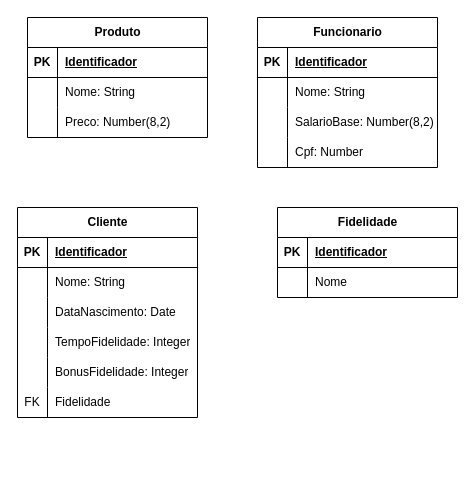
Before: exercicios/exerc.drawio in LarissaAsito/DevInHouseM2S06, a draw.io diagram. Source tidied: cells renumbered, new cells numbered last; positions are measured from the earlier drawing's top-left corner, leaving out a move shared by most shapes. Both pictures are drawn from the tidied source at 100%, with x=0, y=0 at pixel (17, 17).
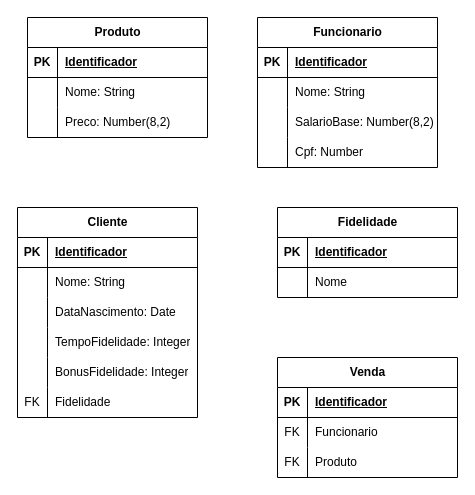
Above is the later version.

Commit message:
Modificando exercicio 4

The edit, as a diff of the source:
```diff
@@
+    <mxCell id="51" value="Venda" style="shape=table;startSize=30;childLayout=tableLayout;rowLines=0;fontStyle=1;align=center;html=1;" parent="1" vertex="1">
+      <mxGeometry x="260" y="340" width="180" height="120" as="geometry" />
+    </mxCell>
+    <mxCell id="52" style="shape=tableRow;horizontal=0;startSize=0;swimlaneHead=0;swimlaneBody=0;fillColor=none;top=0;left=0;right=0;bottom=1;" parent="51" vertex="1">
+      <mxGeometry y="30" width="180" height="30" as="geometry" />
+    </mxCell>
+    <mxCell id="53" value="PK" style="shape=partialRectangle;fillColor=none;top=0;left=0;bottom=0;right=0;fontStyle=1;overflow=hidden;whiteSpace=wrap;html=1;" parent="52" vertex="1">
+      <mxGeometry width="30" height="30" as="geometry" />
+    </mxCell>
+    <mxCell id="54" value="Identificador" style="shape=partialRectangle;fillColor=none;top=0;left=0;bottom=0;right=0;align=left;spacingLeft=6;fontStyle=5;overflow=hidden;whiteSpace=wrap;html=1;" parent="52" vertex="1">
+      <mxGeometry x="30" width="150" height="30" as="geometry" />
+    </mxCell>
+    <mxCell id="55" style="shape=tableRow;horizontal=0;startSize=0;swimlaneHead=0;swimlaneBody=0;fillColor=none;top=0;left=0;right=0;bottom=0;" parent="51" vertex="1">
+      <mxGeometry y="60" width="180" height="30" as="geometry" />
+    </mxCell>
+    <mxCell id="56" value="FK" style="shape=partialRectangle;fillColor=none;top=0;left=0;bottom=0;right=0;fontStyle=0;overflow=hidden;whiteSpace=wrap;html=1;" parent="55" vertex="1">
+      <mxGeometry width="30" height="30" as="geometry" />
+    </mxCell>
+    <mxCell id="57" value="Funcionario" style="shape=partialRectangle;fillColor=none;top=0;left=0;bottom=0;right=0;align=left;spacingLeft=6;fontStyle=0;overflow=hidden;whiteSpace=wrap;html=1;" parent="55" vertex="1">
+      <mxGeometry x="30" width="150" height="30" as="geometry" />
+    </mxCell>
+    <mxCell id="58" style="shape=tableRow;horizontal=0;startSize=0;swimlaneHead=0;swimlaneBody=0;fillColor=none;top=0;left=0;right=0;bottom=0;" parent="51" vertex="1">
+      <mxGeometry y="90" width="180" height="30" as="geometry" />
+    </mxCell>
+    <mxCell id="59" value="FK" style="shape=partialRectangle;fillColor=none;top=0;left=0;bottom=0;right=0;fontStyle=0;overflow=hidden;whiteSpace=wrap;html=1;" parent="58" vertex="1">
+      <mxGeometry width="30" height="30" as="geometry" />
+    </mxCell>
+    <mxCell id="60" value="Produto" style="shape=partialRectangle;fillColor=none;top=0;left=0;bottom=0;right=0;align=left;spacingLeft=6;fontStyle=0;overflow=hidden;whiteSpace=wrap;html=1;" parent="58" vertex="1">
+      <mxGeometry x="30" width="150" height="30" as="geometry" />
+    </mxCell>
```
